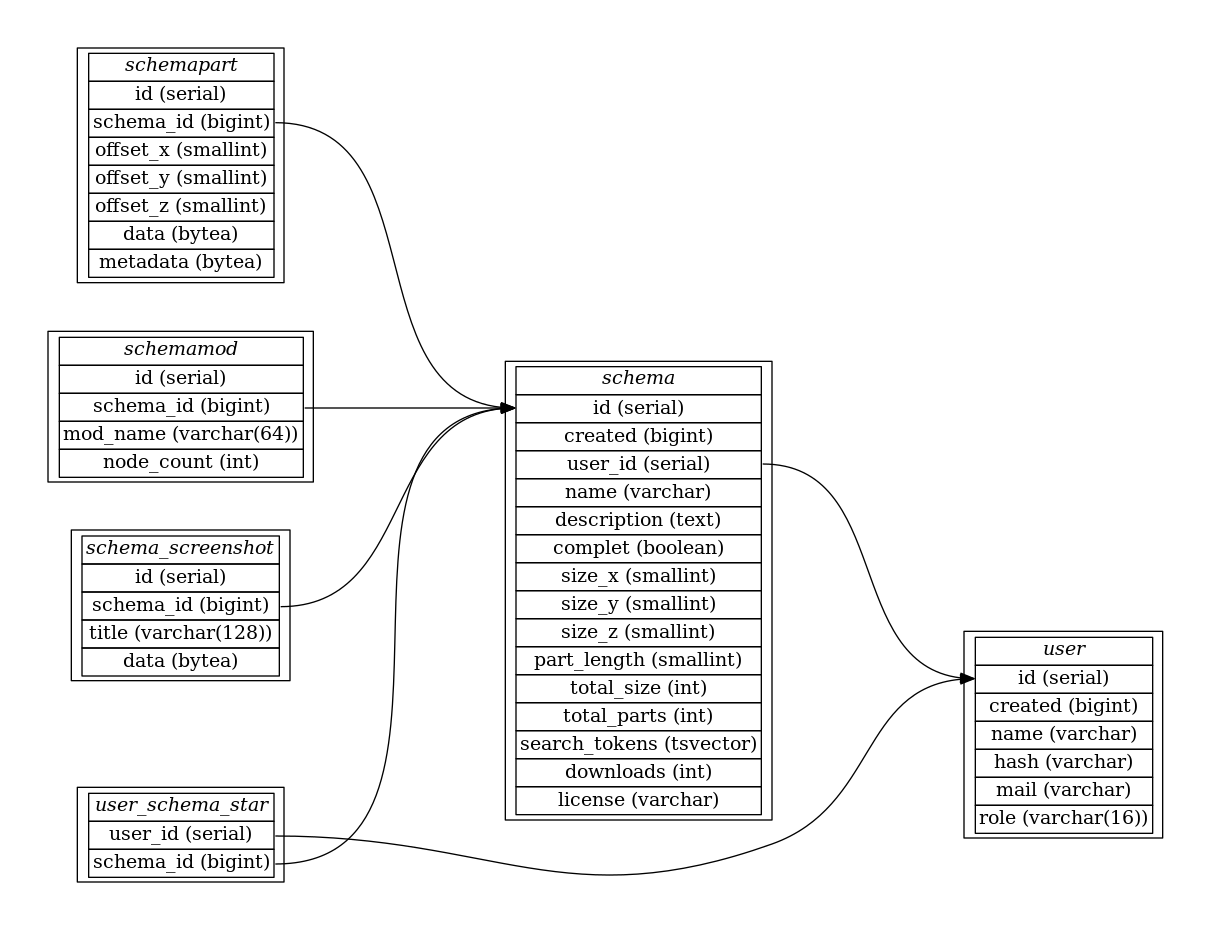
Above: doc/database.png in blockexchange/blockexchange_server (Graphviz), before the change. Its source is kept beside it as doc/database.dot. Source of this version:
```dot
digraph {
    graph [pad="0.5", nodesep="0.5", ranksep="2"];
    node [shape=plain]
    rankdir=LR;

user [label=<
<table border="0" cellborder="1" cellspacing="0">
  <tr><td><i>user</i></td></tr>
  <tr><td port="1">id (serial)</td></tr>
  <tr><td port="2">created (bigint)</td></tr>
  <tr><td port="3">name (varchar)</td></tr>
  <tr><td port="4">hash (varchar)</td></tr>
  <tr><td port="5">mail (varchar)</td></tr>
  <tr><td port="5a">role (varchar(16))</td></tr>
</table>>];


schema [label=<
<table border="0" cellborder="1" cellspacing="0">
  <tr><td><i>schema</i></td></tr>
  <tr><td port="6">id (serial)</td></tr>
  <tr><td port="7">created (bigint)</td></tr>
  <tr><td port="8">user_id (serial)</td></tr>
  <tr><td port="9">name (varchar)</td></tr>
  <tr><td port="10">description (text)</td></tr>
  <tr><td port="11">complet (boolean)</td></tr>
  <tr><td port="12">size_x (smallint)</td></tr>
  <tr><td port="13">size_y (smallint)</td></tr>
  <tr><td port="14">size_z (smallint)</td></tr>
  <tr><td port="15">part_length (smallint)</td></tr>
  <tr><td port="16">total_size (int)</td></tr>
  <tr><td port="17">total_parts (int)</td></tr>
  <tr><td port="18">search_tokens (tsvector)</td></tr>
  <tr><td port="19">downloads (int)</td></tr>
  <tr><td port="20">license (varchar)</td></tr>
</table>>];

schemapart [label=<
<table border="0" cellborder="1" cellspacing="0">
  <tr><td><i>schemapart</i></td></tr>
  <tr><td port="22">id (serial)</td></tr>
  <tr><td port="23">schema_id (bigint)</td></tr>
  <tr><td port="24">offset_x (smallint)</td></tr>
  <tr><td port="25">offset_y (smallint)</td></tr>
  <tr><td port="26">offset_z (smallint)</td></tr>
  <tr><td port="27">data (bytea)</td></tr>
  <tr><td port="28">metadata (bytea)</td></tr>
</table>>];

schemamod [label=<
<table border="0" cellborder="1" cellspacing="0">
  <tr><td><i>schemamod</i></td></tr>
  <tr><td port="29">id (serial)</td></tr>
  <tr><td port="30">schema_id (bigint)</td></tr>
  <tr><td port="31">mod_name (varchar(64))</td></tr>
  <tr><td port="32">node_count (int)</td></tr>
</table>>];

user_schema_star [label=<
<table border="0" cellborder="1" cellspacing="0">
  <tr><td><i>user_schema_star</i></td></tr>
  <tr><td port="33">user_id (serial)</td></tr>
  <tr><td port="34">schema_id (bigint)</td></tr>
</table>>];

schema_screenshot [label=<
<table border="0" cellborder="1" cellspacing="0">
  <tr><td><i>schema_screenshot</i></td></tr>
  <tr><td port="35">id (serial)</td></tr>
  <tr><td port="36">schema_id (bigint)</td></tr>
  <tr><td port="37">title (varchar(128))</td></tr>
  <tr><td port="38">data (bytea)</td></tr>
</table>>];

schema:8 -> user:1;
schemapart:23 -> schema:6;
schemamod:30 -> schema:6;
user_schema_star:33 -> user:1;
user_schema_star:34 -> schema:6;
schema_screenshot:36 -> schema:6;
}
```
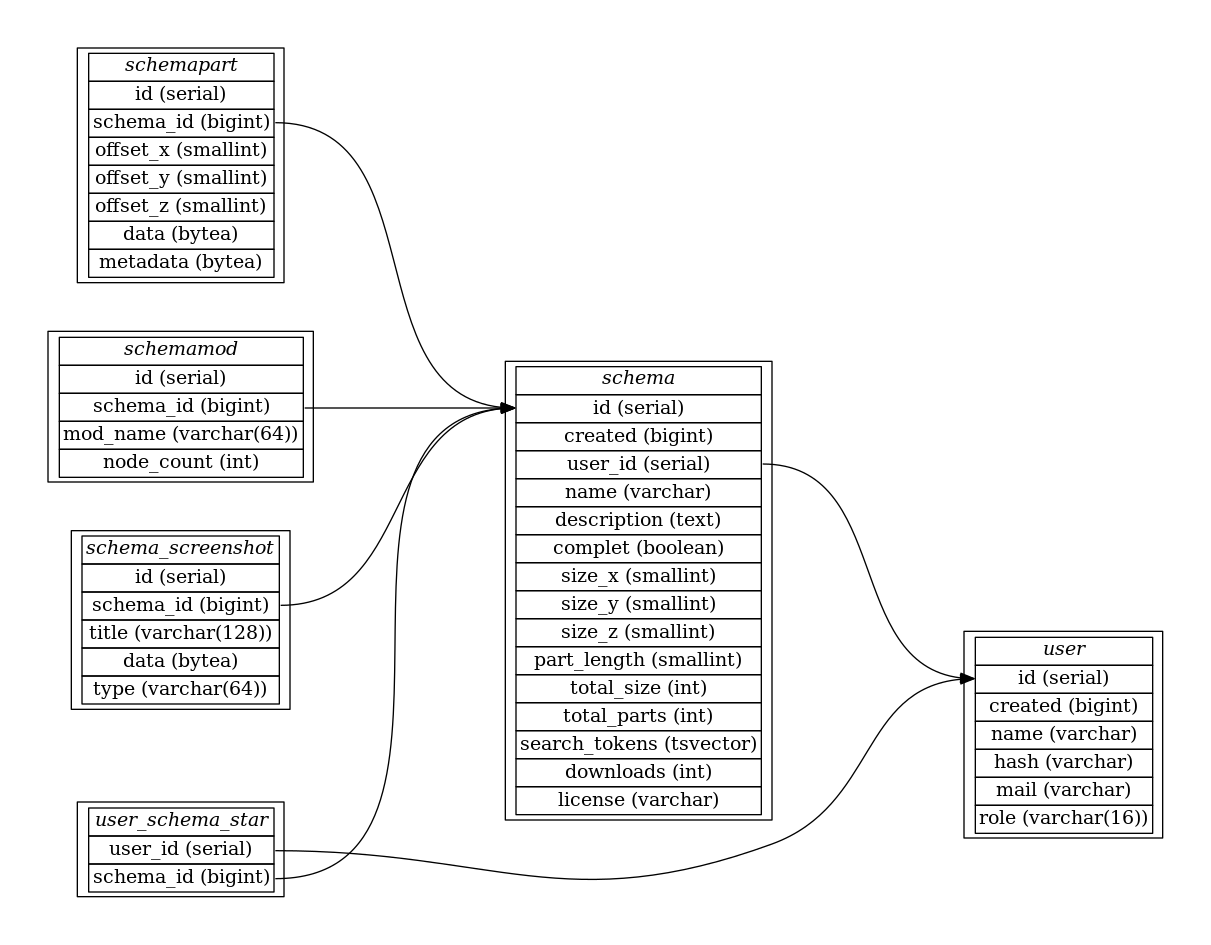
The same file after the commit.

The edit, as a diff of the source:
```diff
@@ -70,6 +70,7 @@
   <tr><td port="36">schema_id (bigint)</td></tr>
   <tr><td port="37">title (varchar(128))</td></tr>
   <tr><td port="38">data (bytea)</td></tr>
+  <tr><td port="39">type (varchar(64))</td></tr>
 </table>>];
 
 schema:8 -> user:1;
```
